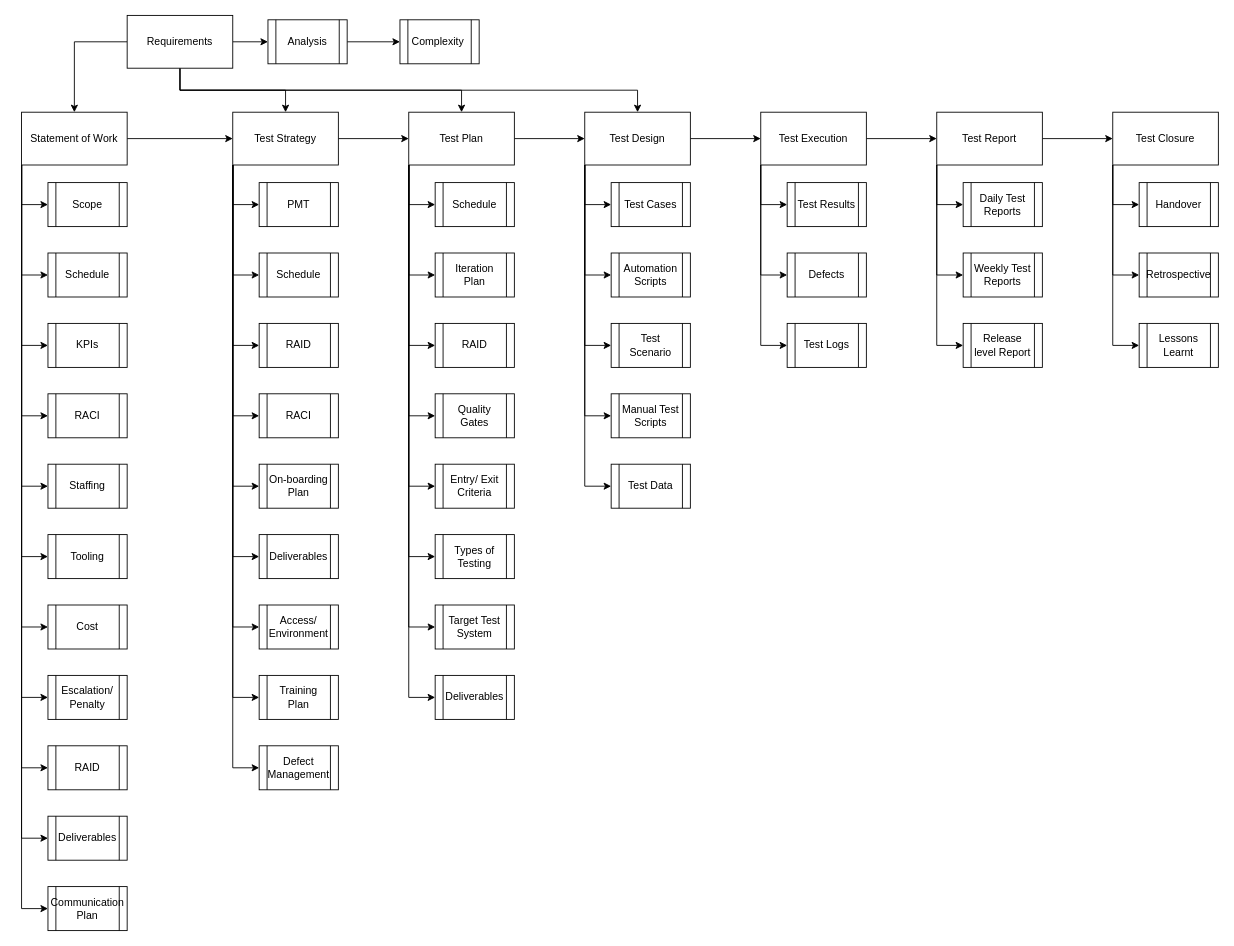
ilanjaya/TestCOE keeps this draw.io diagram as page "Page-1" (1 of 3) of QE Process Mapping .drawio. Above is the earlier version. Source tidied: cells renumbered, new cells numbered last; positions are measured from the earlier drawing's top-left corner, leaving out a move shared by most shapes. Both pictures are drawn from the tidied source at 88%, with x=0, y=0 at pixel (21, 15).
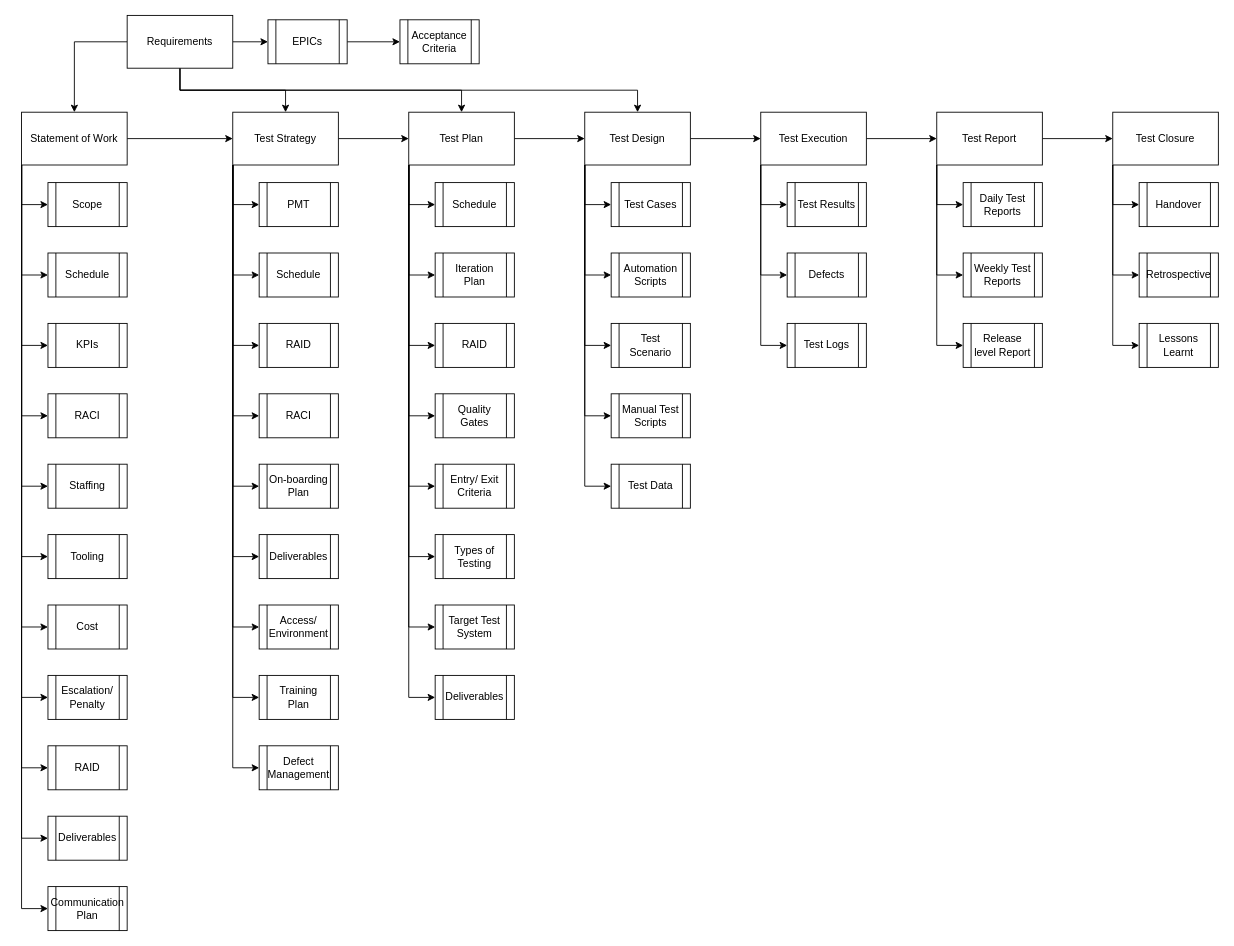
The same page after the edit.

Change to the diagram source:
```diff
@@
-    <mxCell id="106" value="Analysis" style="shape=process;whiteSpace=wrap;html=1;backgroundOutline=1;" parent="1" vertex="1">
+    <mxCell id="106" value="EPICs" style="shape=process;whiteSpace=wrap;html=1;backgroundOutline=1;" parent="1" vertex="1">
       <mxGeometry x="280" y="5" width="90" height="50" as="geometry" />
     </mxCell>
-    <mxCell id="107" value="Complexity&amp;nbsp;" style="shape=process;whiteSpace=wrap;html=1;backgroundOutline=1;" parent="1" vertex="1">
+    <mxCell id="107" value="Acceptance Criteria" style="shape=process;whiteSpace=wrap;html=1;backgroundOutline=1;" parent="1" vertex="1">
       <mxGeometry x="430" y="5" width="90" height="50" as="geometry" />
     </mxCell>
```
